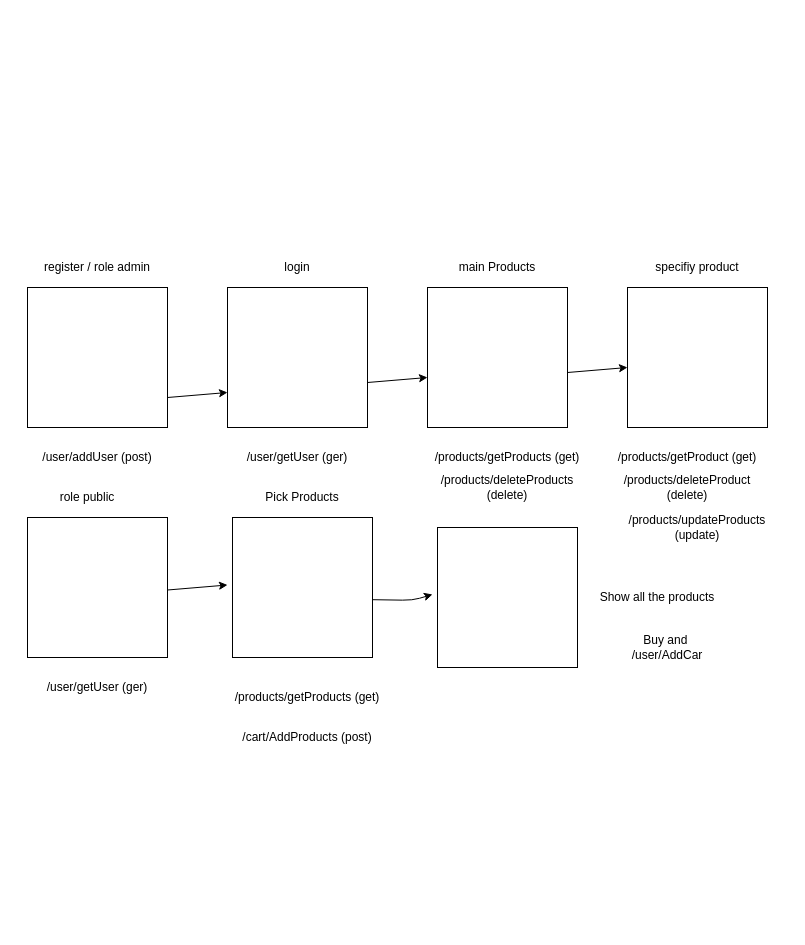
Before: store.drawio in jnisen/itc-store-project, a draw.io diagram. Source tidied: cells renumbered, new cells numbered last; positions are measured from the earlier drawing's top-left corner, leaving out a move shared by most shapes. Both pictures are drawn from the tidied source at 100%, with x=0, y=0 at pixel (17, 257).
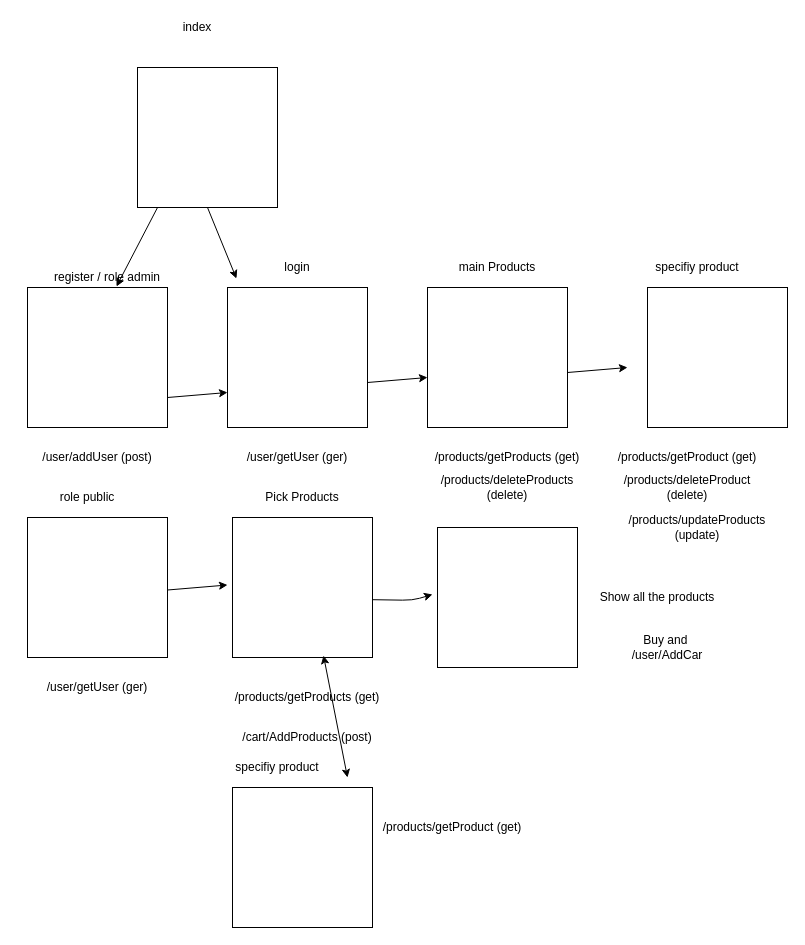
The same page after the edit.

The change refers to these unchanged cells:
```xml
<mxCell id="3" style="whiteSpace=wrap;html=1;" parent="1" vertex="1">
  <mxGeometry x="210" y="30" width="140" height="140" as="geometry" />
</mxCell>
<mxCell id="22" style="whiteSpace=wrap;html=1;" parent="1" vertex="1">
  <mxGeometry x="215" y="260" width="140" height="140" as="geometry" />
</mxCell>
```

Change to the diagram source:
```diff
@@
-    <mxCell id="4" value="register / role admin" style="text;html=1;strokeColor=none;fillColor=none;align=center;verticalAlign=middle;whiteSpace=wrap;rounded=0;" parent="1" vertex="1">
-      <mxGeometry x="10" width="140" height="20" as="geometry" />
+    <mxCell id="4" value="index" style="text;html=1;strokeColor=none;fillColor=none;align=center;verticalAlign=middle;whiteSpace=wrap;rounded=0;" parent="1" vertex="1">
+      <mxGeometry x="110" y="-240" width="140" height="20" as="geometry" />
     </mxCell>
@@
     <mxCell id="14" style="whiteSpace=wrap;html=1;" parent="1" vertex="1">
-      <mxGeometry x="610" y="30" width="140" height="140" as="geometry" />
+      <mxGeometry x="630" y="30" width="140" height="140" as="geometry" />
     </mxCell>
@@
+    <mxCell id="32" style="whiteSpace=wrap;html=1;" parent="1" vertex="1">
+      <mxGeometry x="120" y="-190" width="140" height="140" as="geometry" />
+    </mxCell>
+    <mxCell id="33" style="endArrow=classic;html=1;exitX=0.143;exitY=1;exitDx=0;exitDy=0;exitPerimeter=0;entryX=0.564;entryY=0.95;entryDx=0;entryDy=0;entryPerimeter=0;" parent="1" edge="1" source="32" target="34">
+      <mxGeometry relative="1" as="geometry" />
+    </mxCell>
+    <mxCell id="34" value="register / role admin" style="text;html=1;strokeColor=none;fillColor=none;align=center;verticalAlign=middle;whiteSpace=wrap;rounded=0;" parent="1" vertex="1">
+      <mxGeometry x="20" y="10" width="140" height="20" as="geometry" />
+    </mxCell>
+    <mxCell id="35" style="endArrow=classic;html=1;exitX=0.5;exitY=1;exitDx=0;exitDy=0;entryX=0.064;entryY=-0.064;entryDx=0;entryDy=0;entryPerimeter=0;" parent="1" edge="1" source="32" target="3">
+      <mxGeometry relative="1" as="geometry" />
+    </mxCell>
+    <mxCell id="36" style="whiteSpace=wrap;html=1;" parent="1" vertex="1">
+      <mxGeometry x="215" y="530" width="140" height="140" as="geometry" />
+    </mxCell>
+    <mxCell id="37" style="endArrow=classic;startArrow=classic;html=1;entryX=0.65;entryY=0.986;entryDx=0;entryDy=0;entryPerimeter=0;" parent="1" edge="1" target="22">
+      <mxGeometry relative="1" as="geometry">
+        <mxPoint x="330" y="520" as="sourcePoint" />
+      </mxGeometry>
+    </mxCell>
+    <mxCell id="38" value="specifiy product" style="text;html=1;strokeColor=none;fillColor=none;align=center;verticalAlign=middle;whiteSpace=wrap;rounded=0;" parent="1" vertex="1">
+      <mxGeometry x="190" y="500" width="140" height="20" as="geometry" />
+    </mxCell>
+    <mxCell id="39" value="/products/getProduct (get)" style="text;html=1;strokeColor=none;fillColor=none;align=center;verticalAlign=middle;whiteSpace=wrap;rounded=0;" parent="1" vertex="1">
+      <mxGeometry x="355" y="560" width="160" height="20" as="geometry" />
+    </mxCell>
```
